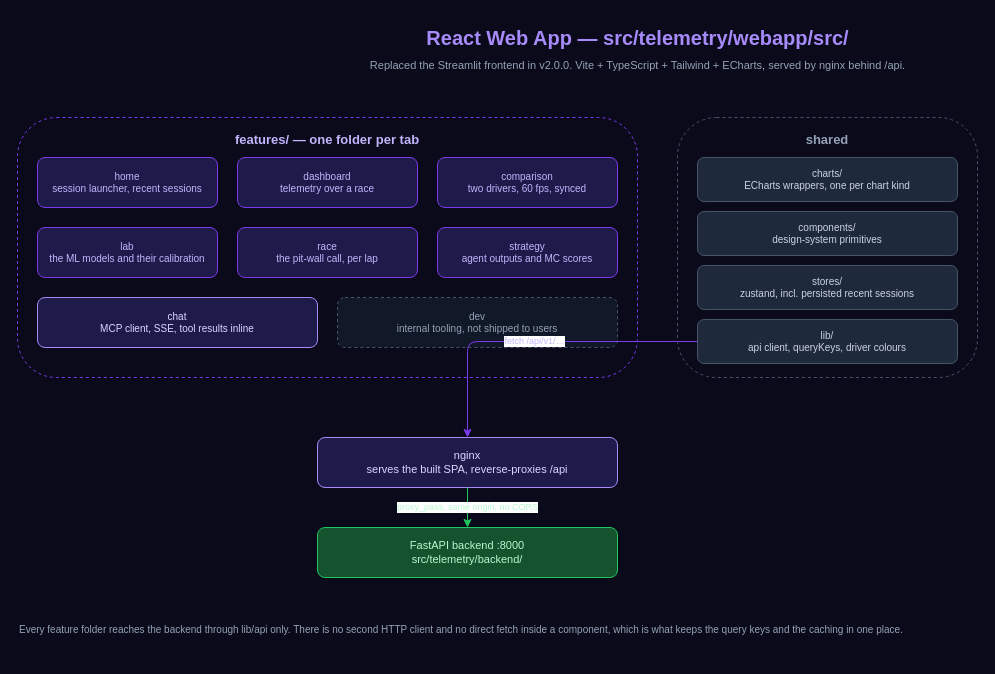
This is documents/dev_docs/diagrams/webapp_structure.drawio from VforVitorio/F1_Strat_Manager, a draw.io file, before an edit. Source tidied: cells renumbered, new cells numbered last; positions are measured from the earlier drawing's top-left corner, leaving out a move shared by most shapes. Both pictures are drawn from the tidied source at 100%, with x=0, y=0 at pixel (17, 17).
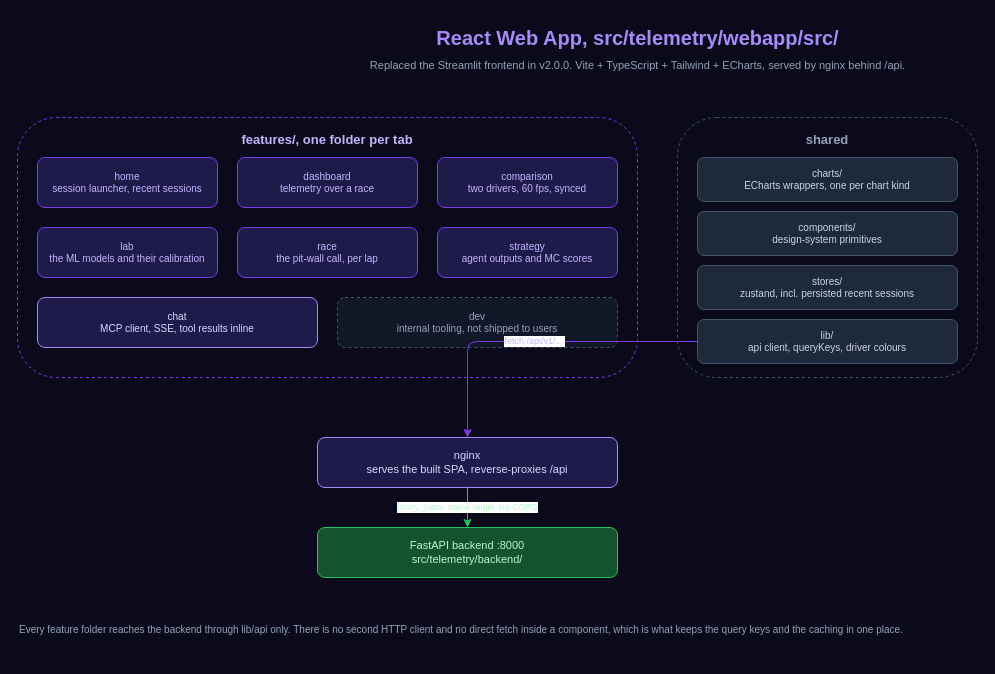
After the change.

Diff of the diagram source:
```diff
@@
-    <mxCell id="2" value="React Web App — src/telemetry/webapp/src/" style="text;html=1;align=center;verticalAlign=middle;fontSize=20;fontStyle=1;fontColor=#a78bfa;fillColor=none;strokeColor=none;" parent="1" vertex="1">
+    <mxCell id="2" value="React Web App, src/telemetry/webapp/src/" style="text;html=1;align=center;verticalAlign=middle;fontSize=20;fontStyle=1;fontColor=#a78bfa;fillColor=none;strokeColor=none;" parent="1" vertex="1">
       <mxGeometry x="280" width="680" height="40" as="geometry" />
     </mxCell>
@@
-    <mxCell id="4" value="features/ — one folder per tab" style="rounded=1;whiteSpace=wrap;html=1;fillColor=none;strokeColor=#7c3aed;fontColor=#c4b5fd;fontSize=13;fontStyle=1;verticalAlign=top;spacingTop=8;dashed=1;" parent="1" vertex="1">
+    <mxCell id="4" value="features/, one folder per tab" style="rounded=1;whiteSpace=wrap;html=1;fillColor=none;strokeColor=#7c3aed;fontColor=#c4b5fd;fontSize=13;fontStyle=1;verticalAlign=top;spacingTop=8;dashed=1;" parent="1" vertex="1">
       <mxGeometry y="100" width="620" height="260" as="geometry" />
     </mxCell>
```
